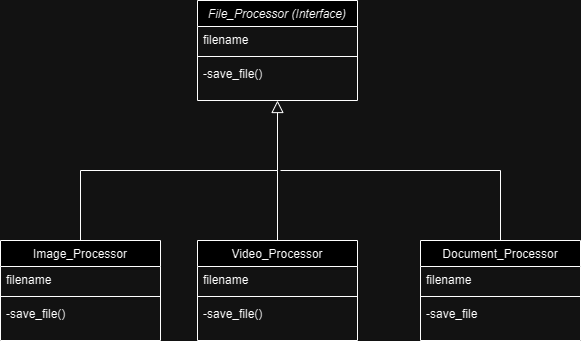
Above: Artifacts/Anthony/file_processor.png in samschutte/TeamPythonRiki (draw.io), before the change. Source tidied: cells renumbered, new cells last; positions are measured from the earlier drawing's top-left corner, leaving out a move shared by most shapes. Source of this version:
```xml
<mxGraphModel>
  <root>
    <mxCell id="0" />
    <mxCell id="1" parent="0" />
    <mxCell id="2" value="File_Processor (Interface)" style="swimlane;fontStyle=2;align=center;verticalAlign=top;horizontal=1;startSize=26;rounded=0;shadow=0;strokeWidth=1;" parent="1" vertex="1">
      <mxGeometry x="197" width="160" height="100" as="geometry" />
    </mxCell>
    <mxCell id="3" value="filename&#10;" style="text;align=left;verticalAlign=top;spacingLeft=4;spacingRight=4;overflow=hidden;rounded=0;shadow=0;html=0;" parent="2" vertex="1">
      <mxGeometry y="26" width="160" height="26" as="geometry" />
    </mxCell>
    <mxCell id="4" style="line;html=1;strokeWidth=1;align=left;verticalAlign=middle;spacingTop=-1;spacingLeft=3;spacingRight=3;labelPosition=right;" parent="2" vertex="1">
      <mxGeometry y="52" width="160" height="8" as="geometry" />
    </mxCell>
    <mxCell id="5" value="-save_file()" style="text;align=left;verticalAlign=top;spacingLeft=4;spacingRight=4;overflow=hidden;" parent="2" vertex="1">
      <mxGeometry y="60" width="160" height="26" as="geometry" />
    </mxCell>
    <mxCell id="6" value="Image_Processor" style="swimlane;fontStyle=0;align=center;verticalAlign=top;horizontal=1;startSize=26;rounded=0;shadow=0;strokeWidth=1;" parent="1" vertex="1">
      <mxGeometry y="240" width="160" height="100" as="geometry" />
    </mxCell>
    <mxCell id="7" value="filename" style="text;align=left;verticalAlign=top;spacingLeft=4;spacingRight=4;overflow=hidden;" parent="6" vertex="1">
      <mxGeometry y="26" width="160" height="26" as="geometry" />
    </mxCell>
    <mxCell id="8" style="line;html=1;strokeWidth=1;align=left;verticalAlign=middle;spacingTop=-1;spacingLeft=3;spacingRight=3;labelPosition=right;" parent="6" vertex="1">
      <mxGeometry y="52" width="160" height="8" as="geometry" />
    </mxCell>
    <mxCell id="9" value="-save_file()" style="text;align=left;verticalAlign=top;spacingLeft=4;spacingRight=4;overflow=hidden;" parent="6" vertex="1">
      <mxGeometry y="60" width="160" height="26" as="geometry" />
    </mxCell>
    <mxCell id="10" style="endArrow=block;endSize=10;endFill=0;shadow=0;strokeWidth=1;rounded=0;edgeStyle=elbowEdgeStyle;elbow=vertical;" parent="1" edge="1" source="6" target="2">
      <mxGeometry relative="1" as="geometry" />
    </mxCell>
    <mxCell id="11" value="Video_Processor" style="swimlane;fontStyle=0;align=center;verticalAlign=top;horizontal=1;startSize=26;rounded=0;shadow=0;strokeWidth=1;" parent="1" vertex="1">
      <mxGeometry x="197" y="240" width="160" height="100" as="geometry" />
    </mxCell>
    <mxCell id="12" value="filename" style="text;align=left;verticalAlign=top;spacingLeft=4;spacingRight=4;overflow=hidden;" parent="11" vertex="1">
      <mxGeometry y="26" width="160" height="26" as="geometry" />
    </mxCell>
    <mxCell id="13" style="line;html=1;strokeWidth=1;align=left;verticalAlign=middle;spacingTop=-1;spacingLeft=3;spacingRight=3;labelPosition=right;" parent="11" vertex="1">
      <mxGeometry y="52" width="160" height="8" as="geometry" />
    </mxCell>
    <mxCell id="14" value="-save_file()" style="text;align=left;verticalAlign=top;spacingLeft=4;spacingRight=4;overflow=hidden;fontStyle=0;" parent="11" vertex="1">
      <mxGeometry y="60" width="160" height="26" as="geometry" />
    </mxCell>
    <mxCell id="15" style="edgeStyle=none;rounded=0;jettySize=auto;html=1;exitX=0.5;exitY=0;exitDx=0;exitDy=0;endArrow=none;endFill=0;" parent="1" edge="1" source="16">
      <mxGeometry relative="1" as="geometry">
        <mxPoint x="280" y="170" as="targetPoint" />
        <Array as="points">
          <mxPoint x="500" y="170" />
        </Array>
      </mxGeometry>
    </mxCell>
    <mxCell id="16" value="Document_Processor&#10;" style="swimlane;fontStyle=0;align=center;verticalAlign=top;horizontal=1;startSize=26;rounded=0;shadow=0;strokeWidth=1;" parent="1" vertex="1">
      <mxGeometry x="420" y="240" width="160" height="100" as="geometry" />
    </mxCell>
    <mxCell id="17" value="filename" style="text;align=left;verticalAlign=top;spacingLeft=4;spacingRight=4;overflow=hidden;" parent="16" vertex="1">
      <mxGeometry y="26" width="160" height="26" as="geometry" />
    </mxCell>
    <mxCell id="18" style="line;html=1;strokeWidth=1;align=left;verticalAlign=middle;spacingTop=-1;spacingLeft=3;spacingRight=3;labelPosition=right;" parent="16" vertex="1">
      <mxGeometry y="52" width="160" height="8" as="geometry" />
    </mxCell>
    <mxCell id="19" value="-save_file&#10;" style="text;align=left;verticalAlign=top;spacingLeft=4;spacingRight=4;overflow=hidden;fontStyle=0;" parent="16" vertex="1">
      <mxGeometry y="60" width="160" height="26" as="geometry" />
    </mxCell>
    <mxCell id="20" style="endArrow=none;html=1;rounded=0;exitX=0.5;exitY=0;exitDx=0;exitDy=0;" parent="1" edge="1" source="11">
      <mxGeometry relative="1" as="geometry">
        <mxPoint x="277" y="170" as="targetPoint" />
      </mxGeometry>
    </mxCell>
  </root>
</mxGraphModel>
```
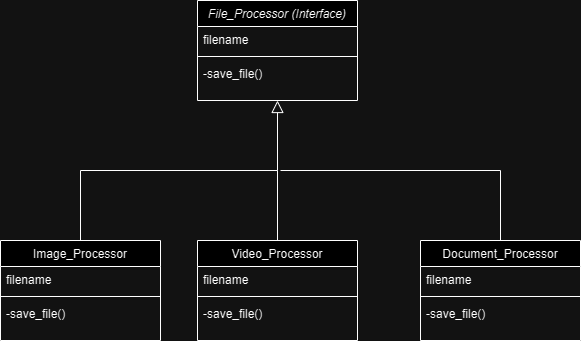
After the commit.

Change to the diagram source:
```diff
@@ -58,7 +58,7 @@
     <mxCell id="18" style="line;html=1;strokeWidth=1;align=left;verticalAlign=middle;spacingTop=-1;spacingLeft=3;spacingRight=3;labelPosition=right;" parent="16" vertex="1">
       <mxGeometry y="52" width="160" height="8" as="geometry" />
     </mxCell>
-    <mxCell id="19" value="-save_file&#10;" style="text;align=left;verticalAlign=top;spacingLeft=4;spacingRight=4;overflow=hidden;fontStyle=0;" parent="16" vertex="1">
+    <mxCell id="19" value="-save_file()&#10;" style="text;align=left;verticalAlign=top;spacingLeft=4;spacingRight=4;overflow=hidden;fontStyle=0;" parent="16" vertex="1">
       <mxGeometry y="60" width="160" height="26" as="geometry" />
     </mxCell>
     <mxCell id="20" style="endArrow=none;html=1;rounded=0;exitX=0.5;exitY=0;exitDx=0;exitDy=0;" parent="1" edge="1" source="11">
```
